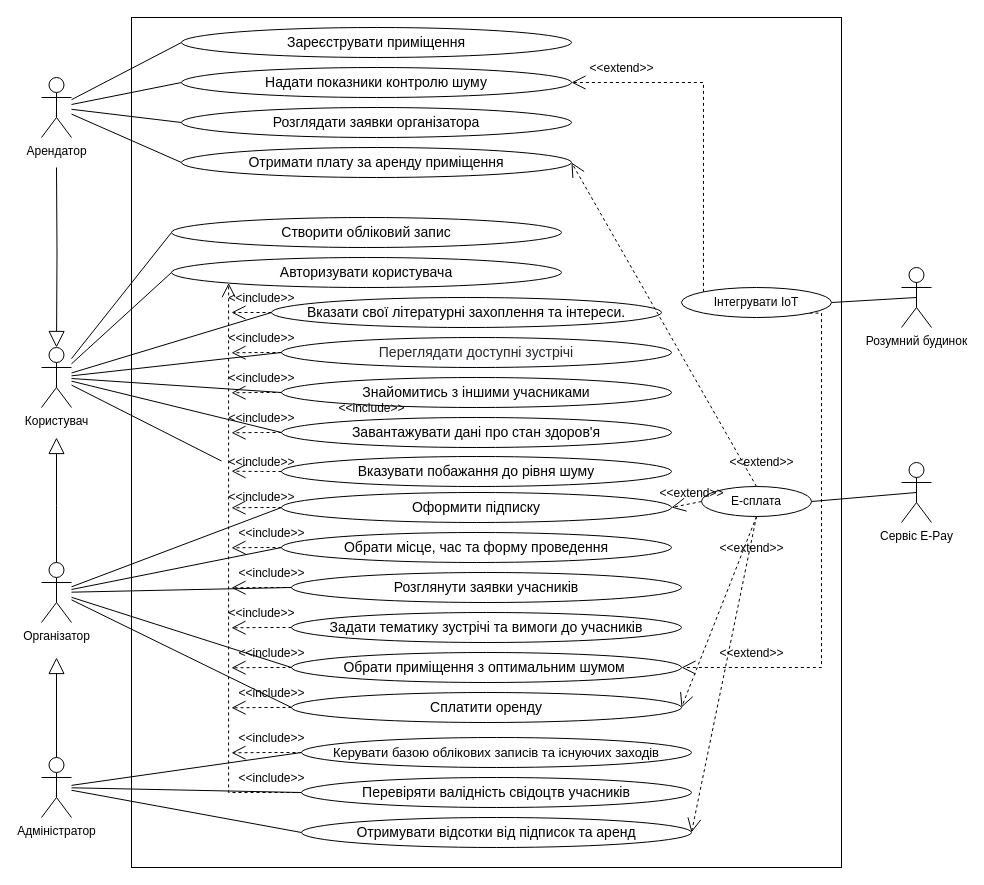
Earlier version of the draw.io diagram 1-SoftwareRequirements/1.3-SoftwareUserRequirements/1.3.3-UseCaseDiagram/Use_Case.drawio (oleksandrblazhko/ai204-berislavskij). Source tidied: cells renumbered, new cells numbered last; positions are measured from the earlier drawing's top-left corner, leaving out a move shared by most shapes. Both pictures are drawn from the tidied source at 100%, with x=0, y=0 at pixel (41, 17).
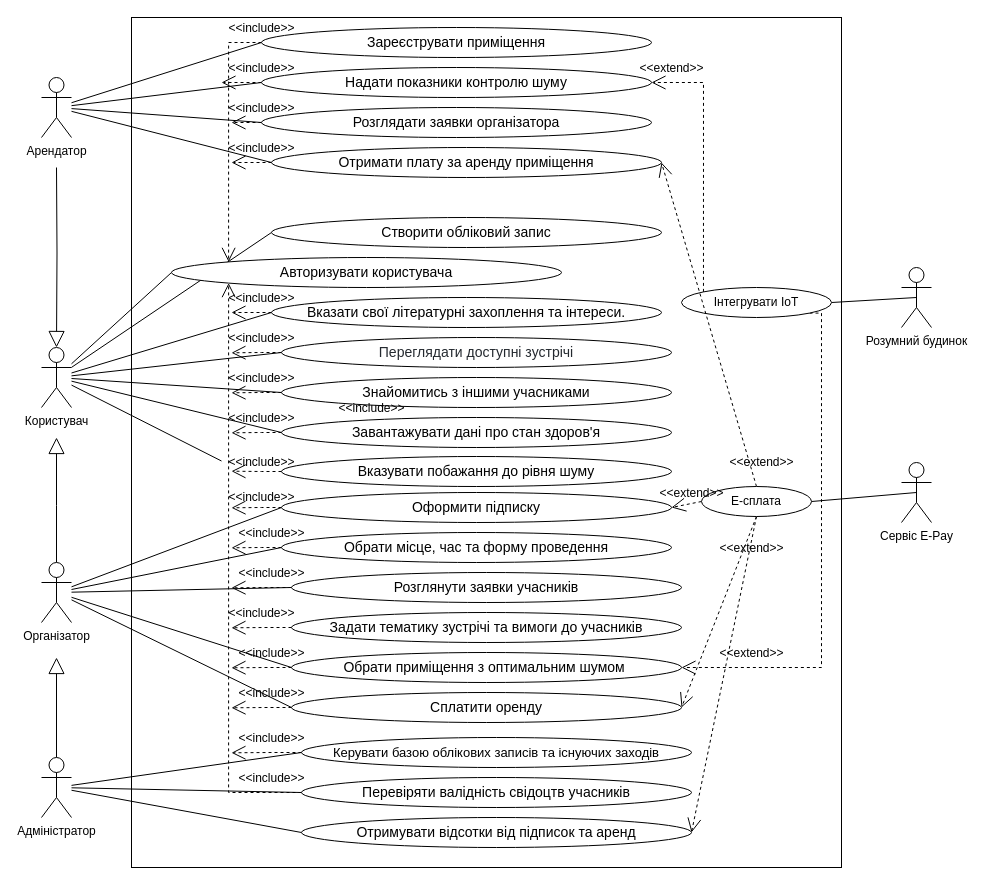
Above is the later version.

The change refers to these unchanged cells:
```xml
<mxCell id="13" value="&lt;font style=&quot;font-size: 14px;&quot;&gt;Авторизувати користувача&lt;br&gt;&lt;/font&gt;" style="ellipse;whiteSpace=wrap;html=1;" parent="1" vertex="1">
  <mxGeometry x="130" y="240" width="390" height="30" as="geometry" />
</mxCell>
```

Change to the diagram source:
```diff
@@
     <mxCell id="11" value="&lt;font style=&quot;font-size: 14px;&quot;&gt;Створити обліковий запис&lt;/font&gt;" style="ellipse;whiteSpace=wrap;html=1;" parent="1" vertex="1">
-      <mxGeometry x="130" y="200" width="390" height="30" as="geometry" />
+      <mxGeometry x="230" y="200" width="390" height="30" as="geometry" />
     </mxCell>
@@
+    <mxCell id="94" style="edgeStyle=orthogonalEdgeStyle;rounded=0;jettySize=auto;html=1;exitX=0;exitY=0.5;exitDx=0;exitDy=0;dashed=1;fontFamily=Helvetica;fontSize=12;fontColor=#000000;startArrow=none;startFill=0;endArrow=open;endFill=0;startSize=14;endSize=12;" parent="1" edge="1" source="55">
+      <mxGeometry relative="1" as="geometry">
+        <mxPoint x="180" y="65.3" as="targetPoint" />
+      </mxGeometry>
+    </mxCell>
     <mxCell id="55" value="&lt;font style=&quot;font-size: 14px;&quot;&gt;Надати показники контролю шуму&lt;/font&gt;" style="ellipse;whiteSpace=wrap;html=1;" parent="1" vertex="1">
-      <mxGeometry x="140" y="50" width="390" height="30" as="geometry" />
+      <mxGeometry x="220" y="50" width="390" height="30" as="geometry" />
     </mxCell>
@@
+    <mxCell id="95" style="edgeStyle=orthogonalEdgeStyle;rounded=0;jettySize=auto;html=1;exitX=0;exitY=0.5;exitDx=0;exitDy=0;dashed=1;fontFamily=Helvetica;fontSize=12;fontColor=#000000;startArrow=none;startFill=0;endArrow=open;endFill=0;startSize=14;endSize=12;" parent="1" edge="1" source="57">
+      <mxGeometry relative="1" as="geometry">
+        <mxPoint x="190" y="105.3" as="targetPoint" />
+      </mxGeometry>
+    </mxCell>
     <mxCell id="57" value="&lt;font style=&quot;font-size: 14px;&quot;&gt;Розглядати заявки організатора&lt;/font&gt;" style="ellipse;whiteSpace=wrap;html=1;" parent="1" vertex="1">
-      <mxGeometry x="140" y="90" width="390" height="30" as="geometry" />
+      <mxGeometry x="220" y="90" width="390" height="30" as="geometry" />
     </mxCell>
@@
+    <mxCell id="96" style="edgeStyle=orthogonalEdgeStyle;rounded=0;jettySize=auto;html=1;exitX=0;exitY=0.5;exitDx=0;exitDy=0;entryX=0;entryY=0;entryDx=0;entryDy=0;fontFamily=Helvetica;fontSize=12;fontColor=#000000;startArrow=none;startFill=0;endArrow=open;endFill=0;startSize=14;endSize=12;dashed=1;" parent="1" edge="1" source="59" target="13">
+      <mxGeometry relative="1" as="geometry" />
+    </mxCell>
     <mxCell id="59" value="&lt;font style=&quot;font-size: 14px;&quot;&gt;Зареєструвати приміщення&lt;/font&gt;" style="ellipse;whiteSpace=wrap;html=1;" parent="1" vertex="1">
-      <mxGeometry x="140" y="10" width="390" height="30" as="geometry" />
+      <mxGeometry x="220" y="10" width="390" height="30" as="geometry" />
     </mxCell>
@@
+    <mxCell id="97" style="edgeStyle=orthogonalEdgeStyle;rounded=0;jettySize=auto;html=1;exitX=0;exitY=0.5;exitDx=0;exitDy=0;dashed=1;fontFamily=Helvetica;fontSize=12;fontColor=#000000;startArrow=none;startFill=0;endArrow=open;endFill=0;startSize=14;endSize=12;" parent="1" edge="1" source="61">
+      <mxGeometry relative="1" as="geometry">
+        <mxPoint x="190" y="145" as="targetPoint" />
+      </mxGeometry>
+    </mxCell>
     <mxCell id="61" value="&lt;font style=&quot;font-size: 14px;&quot;&gt;Отримати плату за аренду приміщення&lt;/font&gt;" style="ellipse;whiteSpace=wrap;html=1;" parent="1" vertex="1">
-      <mxGeometry x="140" y="130" width="390" height="30" as="geometry" />
+      <mxGeometry x="230" y="130" width="390" height="30" as="geometry" />
     </mxCell>
@@
     <mxCell id="82" value="&lt;font style=&quot;font-size: 12px;&quot;&gt;&amp;lt;&amp;lt;extend&amp;gt;&amp;gt;&lt;/font&gt;" style="text;html=1;align=center;verticalAlign=middle;strokeColor=none;fillColor=none;fontSize=14;fontFamily=Helvetica;fontColor=#000000;" parent="1" vertex="1">
-      <mxGeometry x="540" y="40" width="80" height="20" as="geometry" />
+      <mxGeometry x="590" y="40" width="80" height="20" as="geometry" />
     </mxCell>
@@
+    <mxCell id="98" style="edgeStyle=none;rounded=0;orthogonalLoop=1;jettySize=auto;html=1;exitX=0.5;exitY=1;exitDx=0;exitDy=0;fontFamily=Helvetica;fontSize=12;fontColor=#000000;startArrow=none;startFill=0;endArrow=none;endFill=0;startSize=14;endSize=12;" parent="1" edge="1" source="61" target="61">
+      <mxGeometry relative="1" as="geometry" />
+    </mxCell>
+    <mxCell id="99" value="&lt;font style=&quot;font-size: 12px;&quot;&gt;&amp;lt;&amp;lt;include&amp;gt;&amp;gt;&lt;/font&gt;" style="text;html=1;align=center;verticalAlign=middle;strokeColor=none;fillColor=none;fontSize=14;fontFamily=Helvetica;fontColor=#000000;" parent="1" vertex="1">
+      <mxGeometry x="180" y="40" width="80" height="20" as="geometry" />
+    </mxCell>
+    <mxCell id="100" value="&lt;font style=&quot;font-size: 12px;&quot;&gt;&amp;lt;&amp;lt;include&amp;gt;&amp;gt;&lt;/font&gt;" style="text;html=1;align=center;verticalAlign=middle;strokeColor=none;fillColor=none;fontSize=14;fontFamily=Helvetica;fontColor=#000000;" parent="1" vertex="1">
+      <mxGeometry x="180" width="80" height="20" as="geometry" />
+    </mxCell>
+    <mxCell id="101" value="&lt;font style=&quot;font-size: 12px;&quot;&gt;&amp;lt;&amp;lt;include&amp;gt;&amp;gt;&lt;/font&gt;" style="text;html=1;align=center;verticalAlign=middle;strokeColor=none;fillColor=none;fontSize=14;fontFamily=Helvetica;fontColor=#000000;" parent="1" vertex="1">
+      <mxGeometry x="180" y="80" width="80" height="20" as="geometry" />
+    </mxCell>
+    <mxCell id="102" value="&lt;font style=&quot;font-size: 12px;&quot;&gt;&amp;lt;&amp;lt;include&amp;gt;&amp;gt;&lt;/font&gt;" style="text;html=1;align=center;verticalAlign=middle;strokeColor=none;fillColor=none;fontSize=14;fontFamily=Helvetica;fontColor=#000000;" parent="1" vertex="1">
+      <mxGeometry x="180" y="120" width="80" height="20" as="geometry" />
+    </mxCell>
```
